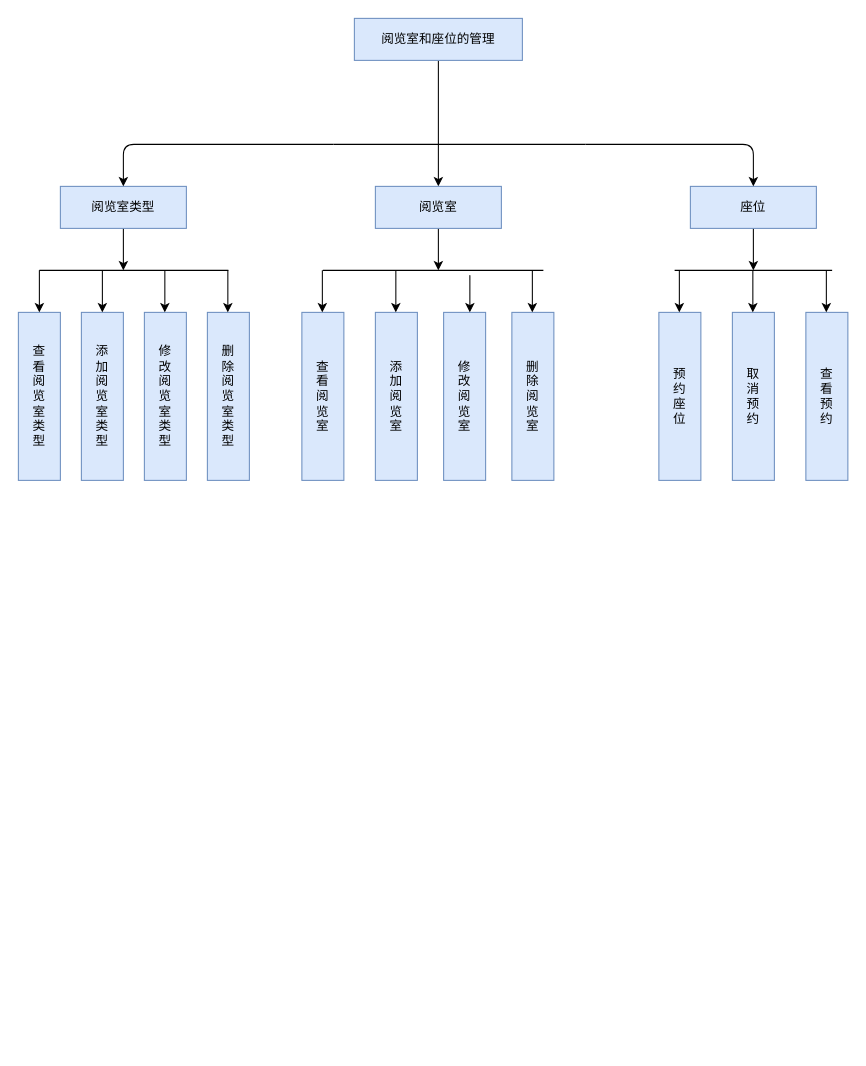
ANT923/text1 keeps this draw.io diagram as page "第 2 页" (2 of 3) of Untitled Diagram.drawio. Above is the earlier version. Source tidied: cells renumbered, new cells numbered last; positions are measured from the earlier drawing's top-left corner, leaving out a move shared by most shapes. Both pictures are drawn from the tidied source at 105%, with x=0, y=0 at pixel (18, 18).
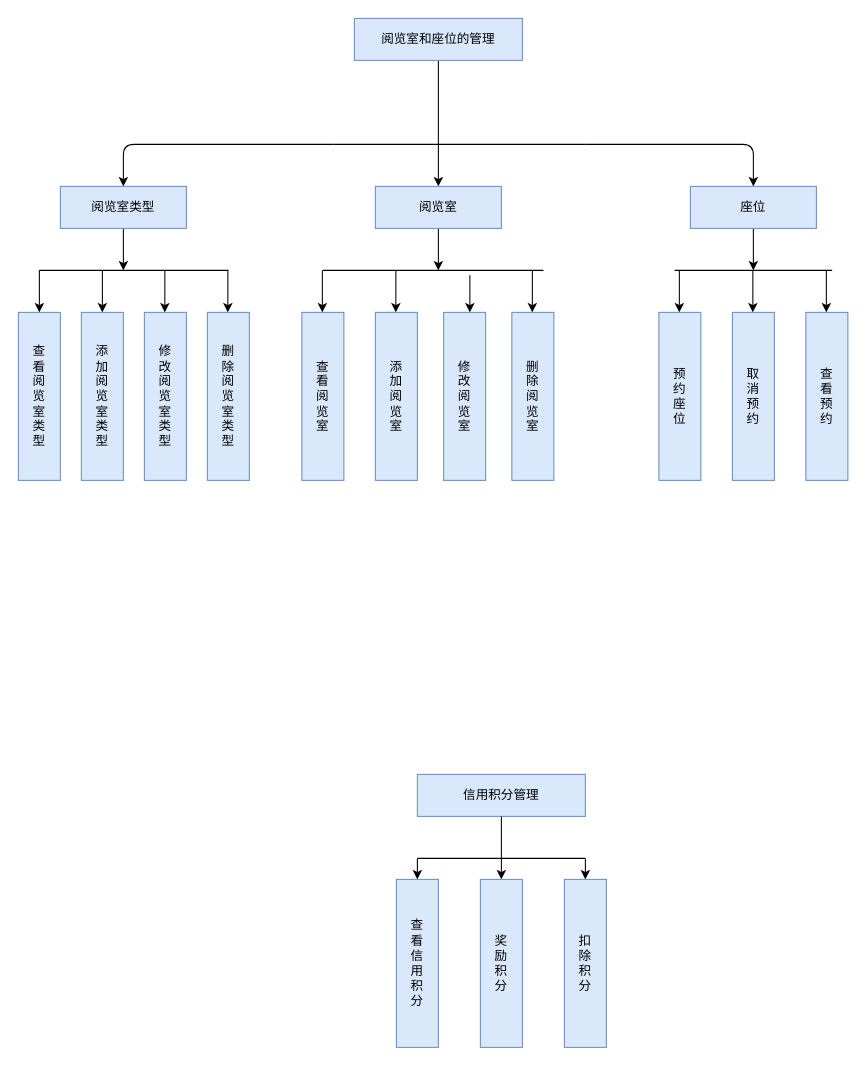
After the change.

The edit, as a diff of the source:
```diff
@@
+    <mxCell id="38" value="信用积分管理" style="rounded=0;whiteSpace=wrap;html=1;fillColor=#dae8fc;strokeColor=#6c8ebf;" parent="1" vertex="1">
+      <mxGeometry x="380" y="720" width="160" height="40" as="geometry" />
+    </mxCell>
+    <mxCell id="39" value="查&lt;br&gt;看&lt;br&gt;信&lt;br&gt;用&lt;br&gt;积&lt;br&gt;分" style="rounded=0;whiteSpace=wrap;html=1;fillColor=#dae8fc;strokeColor=#6c8ebf;" parent="1" vertex="1">
+      <mxGeometry x="360" y="820" width="40" height="160" as="geometry" />
+    </mxCell>
+    <mxCell id="40" value="奖&lt;br&gt;励&lt;br&gt;积&lt;br&gt;分" style="rounded=0;whiteSpace=wrap;html=1;fillColor=#dae8fc;strokeColor=#6c8ebf;" parent="1" vertex="1">
+      <mxGeometry x="440" y="820" width="40" height="160" as="geometry" />
+    </mxCell>
+    <mxCell id="41" value="扣&lt;br&gt;除&lt;br&gt;积&lt;br&gt;分" style="rounded=0;whiteSpace=wrap;html=1;fillColor=#dae8fc;strokeColor=#6c8ebf;" parent="1" vertex="1">
+      <mxGeometry x="520" y="820" width="40" height="160" as="geometry" />
+    </mxCell>
+    <mxCell id="42" style="endArrow=none;html=1;" parent="1" edge="1">
+      <mxGeometry relative="1" as="geometry">
+        <mxPoint x="380" y="800" as="sourcePoint" />
+        <mxPoint x="540" y="800" as="targetPoint" />
+      </mxGeometry>
+    </mxCell>
+    <mxCell id="43" style="endArrow=classic;html=1;exitX=0.5;exitY=1;exitDx=0;exitDy=0;entryX=0.5;entryY=0;entryDx=0;entryDy=0;" parent="1" edge="1" source="38" target="40">
+      <mxGeometry relative="1" as="geometry" />
+    </mxCell>
+    <mxCell id="44" style="endArrow=classic;html=1;entryX=0.5;entryY=0;entryDx=0;entryDy=0;" parent="1" edge="1" target="39">
+      <mxGeometry relative="1" as="geometry">
+        <mxPoint x="380" y="800" as="sourcePoint" />
+      </mxGeometry>
+    </mxCell>
+    <mxCell id="45" style="endArrow=classic;html=1;" parent="1" edge="1" target="41">
+      <mxGeometry relative="1" as="geometry">
+        <mxPoint x="540" y="800" as="sourcePoint" />
+      </mxGeometry>
+    </mxCell>
```
